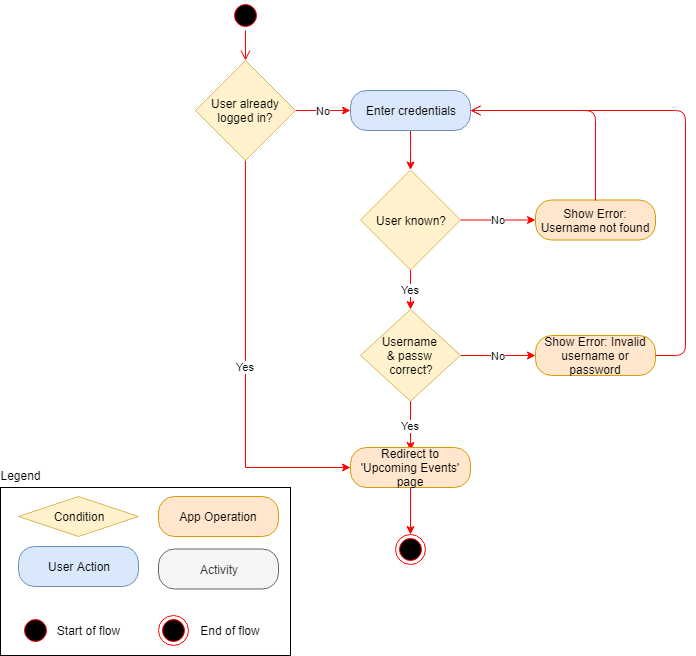
The draw.io diagram Documentation/Diagrams/Activity Diagram/Screenshots/Event Tracker - Activity Diagram - Login.png in Evdes/EventTracker, before a commit. Source tidied: cells renumbered, new cells last; positions are measured from the earlier drawing's top-left corner, leaving out a move shared by most shapes. Its diagram source:
```xml
<mxGraphModel>
  <root>
    <mxCell id="0" />
    <mxCell id="1" parent="0" />
    <mxCell id="2" style="ellipse;html=1;shape=startState;fillColor=#000000;strokeColor=#ff0000;" parent="1" vertex="1">
      <mxGeometry x="230" width="30" height="30" as="geometry" />
    </mxCell>
    <mxCell id="3" style="edgeStyle=orthogonalEdgeStyle;html=1;verticalAlign=bottom;endArrow=open;endSize=8;strokeColor=#ff0000;" parent="1" edge="1" source="2" target="31">
      <mxGeometry relative="1" as="geometry" />
    </mxCell>
    <mxCell id="4" style="edgeStyle=orthogonalEdgeStyle;rounded=0;jettySize=auto;html=1;strokeColor=#FF0000;" parent="1" edge="1" source="5" target="17">
      <mxGeometry relative="1" as="geometry" />
    </mxCell>
    <mxCell id="5" value="Enter credentials" style="rounded=1;whiteSpace=wrap;html=1;arcSize=40;fillColor=#dae8fc;strokeColor=#6c8ebf;" parent="1" vertex="1">
      <mxGeometry x="350" y="90" width="120" height="40" as="geometry" />
    </mxCell>
    <mxCell id="6" value="Show Error: Username not found" style="rounded=1;whiteSpace=wrap;html=1;arcSize=40;fillColor=#ffe6cc;strokeColor=#d79b00;" parent="1" vertex="1">
      <mxGeometry x="535" y="199.5" width="120" height="40" as="geometry" />
    </mxCell>
    <mxCell id="7" style="edgeStyle=orthogonalEdgeStyle;html=1;verticalAlign=bottom;endArrow=open;endSize=8;strokeColor=#ff0000;exitX=0.5;exitY=0;exitDx=0;exitDy=0;" parent="1" edge="1" source="6" target="5">
      <mxGeometry relative="1" as="geometry">
        <Array as="points">
          <mxPoint x="595" y="110" />
        </Array>
      </mxGeometry>
    </mxCell>
    <mxCell id="8" value="No" style="edgeStyle=orthogonalEdgeStyle;rounded=0;jettySize=auto;html=1;strokeColor=#FF0000;entryX=0;entryY=0.5;entryDx=0;entryDy=0;" parent="1" edge="1" source="10" target="11">
      <mxGeometry relative="1" as="geometry" />
    </mxCell>
    <mxCell id="9" value="Yes" style="edgeStyle=orthogonalEdgeStyle;rounded=0;jettySize=auto;html=1;strokeColor=#FF0000;" parent="1" edge="1" source="10">
      <mxGeometry relative="1" as="geometry">
        <mxPoint x="410" y="450" as="targetPoint" />
      </mxGeometry>
    </mxCell>
    <mxCell id="10" value="Username &lt;br&gt;&amp;amp; passw &lt;br&gt;correct?" style="rhombus;whiteSpace=wrap;html=1;fillColor=#fff2cc;strokeColor=#d6b656;" parent="1" vertex="1">
      <mxGeometry x="360" y="309" width="100" height="91.7" as="geometry" />
    </mxCell>
    <mxCell id="11" value="Show Error:&amp;nbsp;Invalid username or password" style="rounded=1;whiteSpace=wrap;html=1;arcSize=40;fillColor=#ffe6cc;strokeColor=#d79b00;" parent="1" vertex="1">
      <mxGeometry x="535" y="335" width="120" height="40" as="geometry" />
    </mxCell>
    <mxCell id="12" style="edgeStyle=orthogonalEdgeStyle;rounded=0;jettySize=auto;html=1;strokeColor=#FF0000;entryX=0.5;entryY=0;entryDx=0;entryDy=0;" parent="1" edge="1" source="13" target="28">
      <mxGeometry relative="1" as="geometry" />
    </mxCell>
    <mxCell id="13" value="Redirect to 'Upcoming Events' page" style="rounded=1;whiteSpace=wrap;html=1;arcSize=40;fillColor=#ffe6cc;strokeColor=#d79b00;" parent="1" vertex="1">
      <mxGeometry x="350" y="447" width="120" height="40" as="geometry" />
    </mxCell>
    <mxCell id="14" style="edgeStyle=orthogonalEdgeStyle;html=1;verticalAlign=bottom;endArrow=open;endSize=8;strokeColor=#ff0000;entryX=1;entryY=0.5;entryDx=0;entryDy=0;exitX=1;exitY=0.5;exitDx=0;exitDy=0;" parent="1" edge="1" source="11" target="5">
      <mxGeometry relative="1" as="geometry">
        <Array as="points">
          <mxPoint x="685" y="355" />
          <mxPoint x="685" y="110" />
        </Array>
      </mxGeometry>
    </mxCell>
    <mxCell id="15" value="Yes" style="edgeStyle=orthogonalEdgeStyle;rounded=0;jettySize=auto;html=1;strokeColor=#FF0000;" parent="1" edge="1" source="17" target="10">
      <mxGeometry relative="1" as="geometry" />
    </mxCell>
    <mxCell id="16" value="No" style="edgeStyle=orthogonalEdgeStyle;rounded=0;jettySize=auto;html=1;strokeColor=#FF0000;" parent="1" edge="1" source="17" target="6">
      <mxGeometry relative="1" as="geometry" />
    </mxCell>
    <mxCell id="17" value="User known?&lt;br&gt;" style="rhombus;whiteSpace=wrap;html=1;fillColor=#fff2cc;strokeColor=#d6b656;rounded=0;" parent="1" vertex="1">
      <mxGeometry x="360" y="169.5" width="100" height="100" as="geometry" />
    </mxCell>
    <mxCell id="18" style="rounded=0;whiteSpace=wrap;html=1;fillColor=none;" parent="1" vertex="1">
      <mxGeometry y="487" width="290" height="168" as="geometry" />
    </mxCell>
    <mxCell id="19" value="User Action" style="rounded=1;whiteSpace=wrap;html=1;arcSize=40;fillColor=#dae8fc;strokeColor=#6c8ebf;" parent="1" vertex="1">
      <mxGeometry x="18" y="546" width="120" height="40" as="geometry" />
    </mxCell>
    <mxCell id="20" value="Legend" style="text;html=1;strokeColor=none;fillColor=none;align=center;verticalAlign=middle;whiteSpace=wrap;rounded=0;" parent="1" vertex="1">
      <mxGeometry y="465" width="40" height="20" as="geometry" />
    </mxCell>
    <mxCell id="21" value="Activity" style="rounded=1;whiteSpace=wrap;html=1;arcSize=40;fillColor=#f5f5f5;strokeColor=#666666;fontColor=#333333;" parent="1" vertex="1">
      <mxGeometry x="158" y="548.5" width="120" height="40" as="geometry" />
    </mxCell>
    <mxCell id="22" value="Condition" style="rhombus;whiteSpace=wrap;html=1;fillColor=#fff2cc;strokeColor=#d6b656;" parent="1" vertex="1">
      <mxGeometry x="18" y="496" width="120" height="40" as="geometry" />
    </mxCell>
    <mxCell id="23" value="App Operation" style="rounded=1;whiteSpace=wrap;html=1;arcSize=40;fillColor=#ffe6cc;strokeColor=#d79b00;" parent="1" vertex="1">
      <mxGeometry x="158" y="496" width="120" height="40" as="geometry" />
    </mxCell>
    <mxCell id="24" style="ellipse;html=1;shape=startState;fillColor=#000000;strokeColor=#ff0000;" parent="1" vertex="1">
      <mxGeometry x="20" y="615" width="30" height="30" as="geometry" />
    </mxCell>
    <mxCell id="25" style="ellipse;html=1;shape=endState;fillColor=#000000;strokeColor=#ff0000;" parent="1" vertex="1">
      <mxGeometry x="158" y="615" width="30" height="30" as="geometry" />
    </mxCell>
    <mxCell id="26" value="Start of flow" style="text;html=1;strokeColor=none;fillColor=none;align=center;verticalAlign=middle;whiteSpace=wrap;rounded=0;" parent="1" vertex="1">
      <mxGeometry x="50" y="620" width="75" height="20" as="geometry" />
    </mxCell>
    <mxCell id="27" value="End of flow" style="text;html=1;strokeColor=none;fillColor=none;align=center;verticalAlign=middle;whiteSpace=wrap;rounded=0;" parent="1" vertex="1">
      <mxGeometry x="195" y="620" width="70" height="20" as="geometry" />
    </mxCell>
    <mxCell id="28" style="ellipse;html=1;shape=endState;fillColor=#000000;strokeColor=#ff0000;" parent="1" vertex="1">
      <mxGeometry x="395" y="533.5" width="30" height="30" as="geometry" />
    </mxCell>
    <mxCell id="29" value="Yes" style="edgeStyle=orthogonalEdgeStyle;rounded=0;jettySize=auto;html=1;strokeColor=#FF0000;entryX=0;entryY=0.5;entryDx=0;entryDy=0;exitX=0.5;exitY=1;exitDx=0;exitDy=0;" parent="1" edge="1" source="31" target="13">
      <mxGeometry relative="1" as="geometry" />
    </mxCell>
    <mxCell id="30" value="No" style="edgeStyle=orthogonalEdgeStyle;rounded=0;jettySize=auto;html=1;strokeColor=#FF0000;" parent="1" edge="1" source="31" target="5">
      <mxGeometry relative="1" as="geometry" />
    </mxCell>
    <mxCell id="31" value="User already logged in?" style="rhombus;whiteSpace=wrap;html=1;fillColor=#fff2cc;strokeColor=#d6b656;" parent="1" vertex="1">
      <mxGeometry x="195" y="60" width="100" height="100" as="geometry" />
    </mxCell>
  </root>
</mxGraphModel>
```
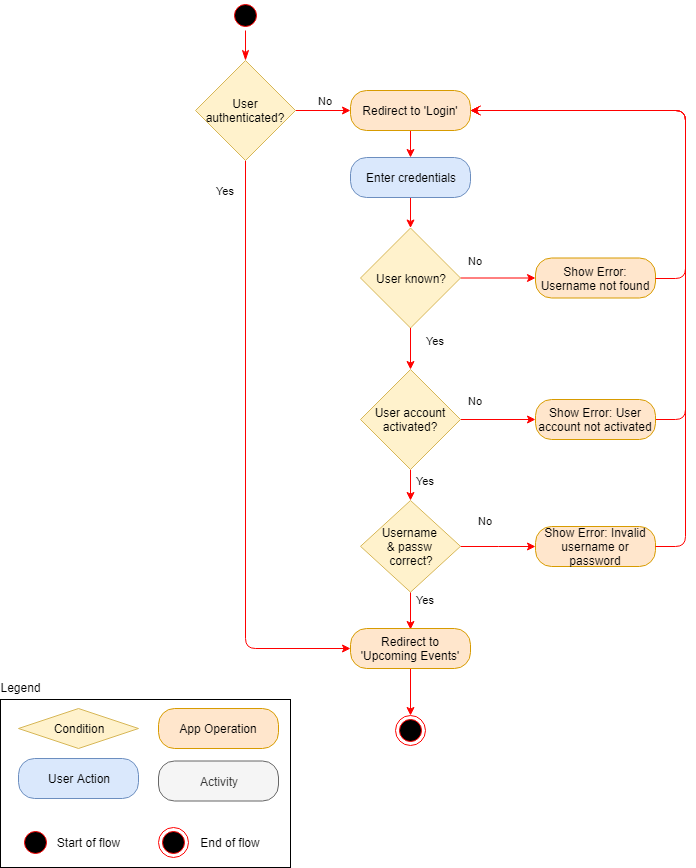
Above is the later version.

Diff of the diagram source:
```diff
@@ -3,63 +3,70 @@
     <mxCell id="0" />
     <mxCell id="1" parent="0" />
     <mxCell id="2" style="ellipse;html=1;shape=startState;fillColor=#000000;strokeColor=#ff0000;" parent="1" vertex="1">
-      <mxGeometry x="230" width="30" height="30" as="geometry" />
+      <mxGeometry x="230" y="-212" width="30" height="30" as="geometry" />
     </mxCell>
-    <mxCell id="3" style="edgeStyle=orthogonalEdgeStyle;html=1;verticalAlign=bottom;endArrow=open;endSize=8;strokeColor=#ff0000;" parent="1" edge="1" source="2" target="31">
+    <mxCell id="3" style="edgeStyle=orthogonalEdgeStyle;html=1;verticalAlign=bottom;endArrow=classicThin;endSize=8;strokeColor=#ff0000;endFill=1;" parent="1" edge="1" source="2" target="31">
       <mxGeometry relative="1" as="geometry" />
     </mxCell>
     <mxCell id="4" style="edgeStyle=orthogonalEdgeStyle;rounded=0;jettySize=auto;html=1;strokeColor=#FF0000;" parent="1" edge="1" source="5" target="17">
       <mxGeometry relative="1" as="geometry" />
     </mxCell>
     <mxCell id="5" value="Enter credentials" style="rounded=1;whiteSpace=wrap;html=1;arcSize=40;fillColor=#dae8fc;strokeColor=#6c8ebf;" parent="1" vertex="1">
-      <mxGeometry x="350" y="90" width="120" height="40" as="geometry" />
+      <mxGeometry x="350" y="-55" width="120" height="40" as="geometry" />
     </mxCell>
     <mxCell id="6" value="Show Error: Username not found" style="rounded=1;whiteSpace=wrap;html=1;arcSize=40;fillColor=#ffe6cc;strokeColor=#d79b00;" parent="1" vertex="1">
-      <mxGeometry x="535" y="199.5" width="120" height="40" as="geometry" />
+      <mxGeometry x="535" y="45.5" width="120" height="40" as="geometry" />
     </mxCell>
-    <mxCell id="7" style="edgeStyle=orthogonalEdgeStyle;html=1;verticalAlign=bottom;endArrow=open;endSize=8;strokeColor=#ff0000;exitX=0.5;exitY=0;exitDx=0;exitDy=0;" parent="1" edge="1" source="6" target="5">
+    <mxCell id="7" style="edgeStyle=orthogonalEdgeStyle;html=1;verticalAlign=bottom;endArrow=open;endSize=8;strokeColor=#ff0000;exitX=1;exitY=0.5;exitDx=0;exitDy=0;entryX=1;entryY=0.5;entryDx=0;entryDy=0;" parent="1" edge="1" source="6" target="38">
       <mxGeometry relative="1" as="geometry">
         <Array as="points">
-          <mxPoint x="595" y="110" />
+          <mxPoint x="685" y="66" />
+          <mxPoint x="685" y="-102" />
         </Array>
       </mxGeometry>
     </mxCell>
     <mxCell id="8" value="No" style="edgeStyle=orthogonalEdgeStyle;rounded=0;jettySize=auto;html=1;strokeColor=#FF0000;entryX=0;entryY=0.5;entryDx=0;entryDy=0;" parent="1" edge="1" source="10" target="11">
-      <mxGeometry relative="1" as="geometry" />
+      <mxGeometry x="0.02" y="29" relative="1" as="geometry">
+        <mxPoint x="-13" y="3" as="offset" />
+      </mxGeometry>
     </mxCell>
-    <mxCell id="9" value="Yes" style="edgeStyle=orthogonalEdgeStyle;rounded=0;jettySize=auto;html=1;strokeColor=#FF0000;" parent="1" edge="1" source="10">
-      <mxGeometry relative="1" as="geometry">
-        <mxPoint x="410" y="450" as="targetPoint" />
+    <mxCell id="9" value="Yes" style="edgeStyle=orthogonalEdgeStyle;rounded=0;jettySize=auto;html=1;strokeColor=#FF0000;entryX=0.5;entryY=0.025;entryDx=0;entryDy=0;entryPerimeter=0;" parent="1" edge="1" source="10" target="13">
+      <mxGeometry x="0.07" y="-17" relative="1" as="geometry">
+        <mxPoint x="32" y="-8" as="offset" />
       </mxGeometry>
     </mxCell>
     <mxCell id="10" value="Username &lt;br&gt;&amp;amp; passw &lt;br&gt;correct?" style="rhombus;whiteSpace=wrap;html=1;fillColor=#fff2cc;strokeColor=#d6b656;" parent="1" vertex="1">
-      <mxGeometry x="360" y="309" width="100" height="91.7" as="geometry" />
+      <mxGeometry x="360" y="288" width="100" height="91.7" as="geometry" />
     </mxCell>
     <mxCell id="11" value="Show Error:&amp;nbsp;Invalid username or password" style="rounded=1;whiteSpace=wrap;html=1;arcSize=40;fillColor=#ffe6cc;strokeColor=#d79b00;" parent="1" vertex="1">
-      <mxGeometry x="535" y="335" width="120" height="40" as="geometry" />
+      <mxGeometry x="535" y="314" width="120" height="40" as="geometry" />
     </mxCell>
     <mxCell id="12" style="edgeStyle=orthogonalEdgeStyle;rounded=0;jettySize=auto;html=1;strokeColor=#FF0000;entryX=0.5;entryY=0;entryDx=0;entryDy=0;" parent="1" edge="1" source="13" target="28">
       <mxGeometry relative="1" as="geometry" />
     </mxCell>
-    <mxCell id="13" value="Redirect to 'Upcoming Events' page" style="rounded=1;whiteSpace=wrap;html=1;arcSize=40;fillColor=#ffe6cc;strokeColor=#d79b00;" parent="1" vertex="1">
-      <mxGeometry x="350" y="447" width="120" height="40" as="geometry" />
+    <mxCell id="13" value="Redirect to 'Upcoming Events'" style="rounded=1;whiteSpace=wrap;html=1;arcSize=40;fillColor=#ffe6cc;strokeColor=#d79b00;" parent="1" vertex="1">
+      <mxGeometry x="350" y="416" width="120" height="40" as="geometry" />
     </mxCell>
-    <mxCell id="14" style="edgeStyle=orthogonalEdgeStyle;html=1;verticalAlign=bottom;endArrow=open;endSize=8;strokeColor=#ff0000;entryX=1;entryY=0.5;entryDx=0;entryDy=0;exitX=1;exitY=0.5;exitDx=0;exitDy=0;" parent="1" edge="1" source="11" target="5">
+    <mxCell id="14" style="edgeStyle=orthogonalEdgeStyle;html=1;verticalAlign=bottom;endArrow=open;endSize=8;strokeColor=#ff0000;entryX=1;entryY=0.5;entryDx=0;entryDy=0;exitX=1;exitY=0.5;exitDx=0;exitDy=0;" parent="1" edge="1" source="11" target="38">
       <mxGeometry relative="1" as="geometry">
         <Array as="points">
-          <mxPoint x="685" y="355" />
-          <mxPoint x="685" y="110" />
+          <mxPoint x="685" y="334" />
+          <mxPoint x="685" y="-102" />
         </Array>
       </mxGeometry>
     </mxCell>
-    <mxCell id="15" value="Yes" style="edgeStyle=orthogonalEdgeStyle;rounded=0;jettySize=auto;html=1;strokeColor=#FF0000;" parent="1" edge="1" source="17" target="10">
-      <mxGeometry relative="1" as="geometry" />
+    <mxCell id="15" value="Yes" style="edgeStyle=orthogonalEdgeStyle;rounded=0;jettySize=auto;html=1;strokeColor=#FF0000;" parent="1" edge="1" source="17" target="34">
+      <mxGeometry x="-0.4" y="25" relative="1" as="geometry">
+        <mxPoint y="1" as="offset" />
+      </mxGeometry>
     </mxCell>
     <mxCell id="16" value="No" style="edgeStyle=orthogonalEdgeStyle;rounded=0;jettySize=auto;html=1;strokeColor=#FF0000;" parent="1" edge="1" source="17" target="6">
-      <mxGeometry relative="1" as="geometry" />
+      <mxGeometry x="-0.6" y="18" relative="1" as="geometry">
+        <mxPoint y="1" as="offset" />
+      </mxGeometry>
     </mxCell>
     <mxCell id="17" value="User known?&lt;br&gt;" style="rhombus;whiteSpace=wrap;html=1;fillColor=#fff2cc;strokeColor=#d6b656;rounded=0;" parent="1" vertex="1">
-      <mxGeometry x="360" y="169.5" width="100" height="100" as="geometry" />
+      <mxGeometry x="360" y="15.5" width="100" height="100" as="geometry" />
     </mxCell>
     <mxCell id="18" style="rounded=0;whiteSpace=wrap;html=1;fillColor=none;" parent="1" vertex="1">
       <mxGeometry y="487" width="290" height="168" as="geometry" />
@@ -92,16 +99,42 @@
       <mxGeometry x="195" y="620" width="70" height="20" as="geometry" />
     </mxCell>
     <mxCell id="28" style="ellipse;html=1;shape=endState;fillColor=#000000;strokeColor=#ff0000;" parent="1" vertex="1">
-      <mxGeometry x="395" y="533.5" width="30" height="30" as="geometry" />
+      <mxGeometry x="395" y="502.5" width="30" height="30" as="geometry" />
     </mxCell>
-    <mxCell id="29" value="Yes" style="edgeStyle=orthogonalEdgeStyle;rounded=0;jettySize=auto;html=1;strokeColor=#FF0000;entryX=0;entryY=0.5;entryDx=0;entryDy=0;exitX=0.5;exitY=1;exitDx=0;exitDy=0;" parent="1" edge="1" source="31" target="13">
-      <mxGeometry relative="1" as="geometry" />
+    <mxCell id="29" value="Yes" style="edgeStyle=orthogonalEdgeStyle;rounded=1;jettySize=auto;html=1;strokeColor=#FF0000;entryX=0;entryY=0.5;entryDx=0;entryDy=0;exitX=0.5;exitY=1;exitDx=0;exitDy=0;" parent="1" edge="1" source="31" target="13">
+      <mxGeometry x="-0.9" y="-20" relative="1" as="geometry" />
     </mxCell>
-    <mxCell id="30" value="No" style="edgeStyle=orthogonalEdgeStyle;rounded=0;jettySize=auto;html=1;strokeColor=#FF0000;" parent="1" edge="1" source="31" target="5">
-      <mxGeometry relative="1" as="geometry" />
+    <mxCell id="30" value="No" style="edgeStyle=orthogonalEdgeStyle;rounded=0;jettySize=auto;html=1;strokeColor=#FF0000;entryX=0;entryY=0.5;entryDx=0;entryDy=0;" parent="1" edge="1" source="31" target="38">
+      <mxGeometry x="0.09" y="10" relative="1" as="geometry" />
     </mxCell>
-    <mxCell id="31" value="User already logged in?" style="rhombus;whiteSpace=wrap;html=1;fillColor=#fff2cc;strokeColor=#d6b656;" parent="1" vertex="1">
-      <mxGeometry x="195" y="60" width="100" height="100" as="geometry" />
+    <mxCell id="31" value="User authenticated?" style="rhombus;whiteSpace=wrap;html=1;fillColor=#fff2cc;strokeColor=#d6b656;" parent="1" vertex="1">
+      <mxGeometry x="195" y="-152" width="100" height="100" as="geometry" />
     </mxCell>
+    <mxCell id="32" value="Yes&lt;br&gt;" style="edgeStyle=orthogonalEdgeStyle;rounded=0;jettySize=auto;html=1;strokeColor=#FF0000;" parent="1" edge="1" source="34" target="10">
+      <mxGeometry x="0.18" y="15" relative="1" as="geometry" />
+    </mxCell>
+    <mxCell id="33" value="No" style="edgeStyle=orthogonalEdgeStyle;rounded=0;jettySize=auto;html=1;strokeColor=#FF0000;" parent="1" edge="1" source="34" target="36">
+      <mxGeometry x="-0.6" y="19" relative="1" as="geometry" />
+    </mxCell>
+    <mxCell id="34" value="User account activated?&lt;br&gt;" style="rhombus;whiteSpace=wrap;html=1;fillColor=#fff2cc;strokeColor=#d6b656;rounded=0;" parent="1" vertex="1">
+      <mxGeometry x="360" y="157" width="100" height="100" as="geometry" />
+    </mxCell>
+    <mxCell id="35" style="edgeStyle=orthogonalEdgeStyle;rounded=1;jettySize=auto;html=1;strokeColor=#FF0000;entryX=1;entryY=0.5;entryDx=0;entryDy=0;" parent="1" edge="1" source="36" target="38">
+      <mxGeometry relative="1" as="geometry">
+        <Array as="points">
+          <mxPoint x="685" y="207" />
+          <mxPoint x="685" y="-102" />
+        </Array>
+      </mxGeometry>
+    </mxCell>
+    <mxCell id="36" value="Show Error: User account not activated" style="rounded=1;whiteSpace=wrap;html=1;arcSize=40;fillColor=#ffe6cc;strokeColor=#d79b00;" parent="1" vertex="1">
+      <mxGeometry x="535" y="187" width="120" height="40" as="geometry" />
+    </mxCell>
+    <mxCell id="37" style="edgeStyle=orthogonalEdgeStyle;rounded=0;jettySize=auto;html=1;strokeColor=#FF0000;" parent="1" edge="1" source="38" target="5">
+      <mxGeometry relative="1" as="geometry" />
+    </mxCell>
+    <mxCell id="38" value="Redirect to 'Login'" style="rounded=1;whiteSpace=wrap;html=1;arcSize=40;fillColor=#ffe6cc;strokeColor=#d79b00;" parent="1" vertex="1">
+      <mxGeometry x="350" y="-122" width="120" height="40" as="geometry" />
+    </mxCell>
   </root>
 </mxGraphModel>
```
